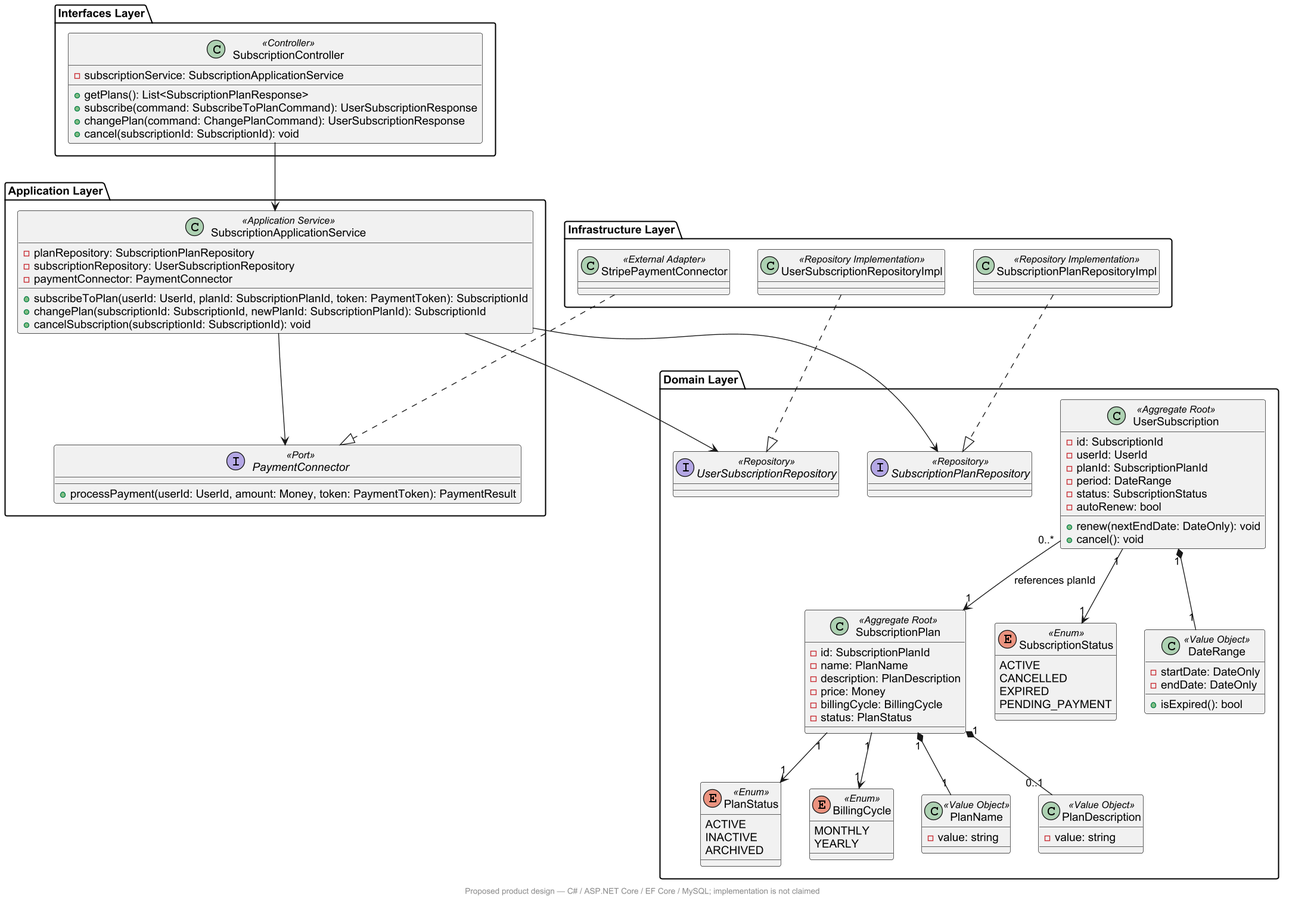
The PlantUML diagram assets/tb1-reference-design/class-diagram-subscription-bounded-context.png in upc-pre-202620-1asi0730-8093-dataflux/dataflux-project-report, before a commit. The source it was exported from:
```plantuml
@startuml
skinparam backgroundColor white
skinparam shadowing false
skinparam defaultFontName Arial
skinparam dpi 130
package "Interfaces Layer" {
  class SubscriptionController <<Controller>> {
    - subscriptionService: SubscriptionApplicationService
    + getPlans(): List<SubscriptionPlanResponse>
    + subscribe(command: SubscribeToPlanCommand): UserSubscriptionResponse
    + changePlan(command: ChangePlanCommand): UserSubscriptionResponse
    + cancel(subscriptionId: SubscriptionId): void
  }
}

package "Application Layer" {
  class SubscriptionApplicationService <<Application Service>> {
    - planRepository: SubscriptionPlanRepository
    - subscriptionRepository: UserSubscriptionRepository
    - paymentConnector: PaymentConnector
    + subscribeToPlan(userId: UserId, planId: SubscriptionPlanId, token: PaymentToken): SubscriptionId
    + changePlan(subscriptionId: SubscriptionId, newPlanId: SubscriptionPlanId): SubscriptionId
    + cancelSubscription(subscriptionId: SubscriptionId): void
  }

  interface PaymentConnector <<Port>> {
    + processPayment(userId: UserId, amount: Money, token: PaymentToken): PaymentResult
  }
}

package "Infrastructure Layer" {
  class SubscriptionPlanRepositoryImpl <<Repository Implementation>>
  class UserSubscriptionRepositoryImpl <<Repository Implementation>>
  class StripePaymentConnector <<External Adapter>>
}

package "Domain Layer" {
  class SubscriptionPlan <<Aggregate Root>> {
    - id: SubscriptionPlanId
    - name: PlanName
    - description: PlanDescription
    - price: Money
    - billingCycle: BillingCycle
    - status: PlanStatus
  }

  class UserSubscription <<Aggregate Root>> {
    - id: SubscriptionId
    - userId: UserId
    - planId: SubscriptionPlanId
    - period: DateRange
    - status: SubscriptionStatus
    - autoRenew: bool
    + renew(nextEndDate: DateOnly): void
    + cancel(): void
  }

  enum PlanStatus <<Enum>> {
    ACTIVE
    INACTIVE
    ARCHIVED
  }

  enum BillingCycle <<Enum>> {
    MONTHLY
    YEARLY
  }

  enum SubscriptionStatus <<Enum>> {
    ACTIVE
    CANCELLED
    EXPIRED
    PENDING_PAYMENT
  }

  class PlanName <<Value Object>> {
    - value: string
  }
  class PlanDescription <<Value Object>> {
    - value: string
  }
  class DateRange <<Value Object>> {
    - startDate: DateOnly
    - endDate: DateOnly
    + isExpired(): bool
  }

  interface SubscriptionPlanRepository <<Repository>>
  interface UserSubscriptionRepository <<Repository>>
}

SubscriptionController --> SubscriptionApplicationService
SubscriptionApplicationService --> SubscriptionPlanRepository
SubscriptionApplicationService --> UserSubscriptionRepository
SubscriptionApplicationService --> PaymentConnector

SubscriptionPlanRepositoryImpl ..|> SubscriptionPlanRepository
UserSubscriptionRepositoryImpl ..|> UserSubscriptionRepository
StripePaymentConnector ..|> PaymentConnector

SubscriptionPlan "1" --> "1" PlanStatus
SubscriptionPlan "1" --> "1" BillingCycle
SubscriptionPlan "1" *-- "1" PlanName
SubscriptionPlan "1" *-- "0..1" PlanDescription
UserSubscription "1" --> "1" SubscriptionStatus
UserSubscription "1" *-- "1" DateRange
UserSubscription "0..*" --> "1" SubscriptionPlan : references planId
footer Proposed product design — C# / ASP.NET Core / EF Core / MySQL; implementation is not claimed
@enduml
```
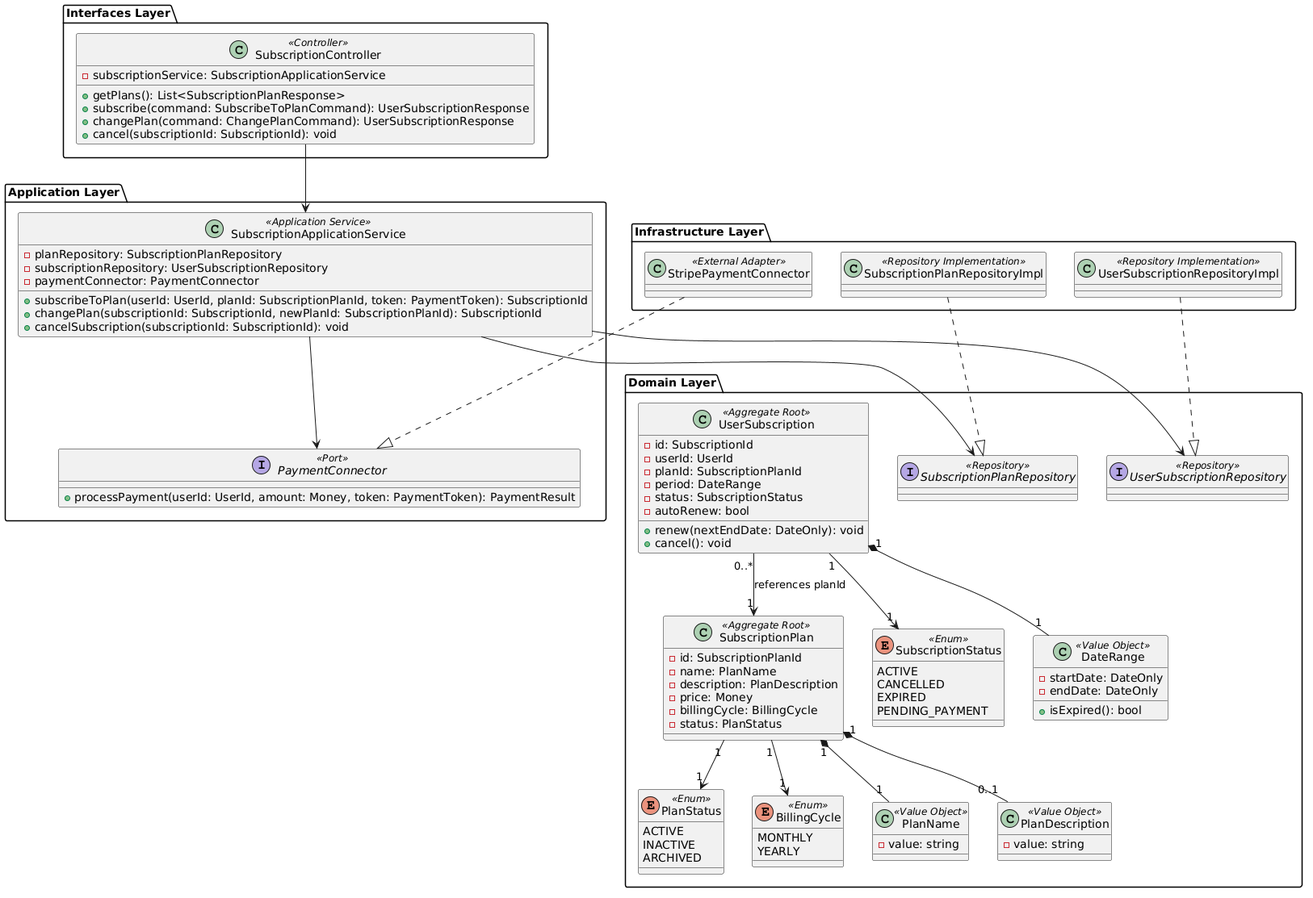
The same file after the commit.

Commit message:
fix(architecture): restore original class models with C# types

Diff of the diagram source:
```diff
@@ -1,8 +1,5 @@
 @startuml
-skinparam backgroundColor white
-skinparam shadowing false
-skinparam defaultFontName Arial
-skinparam dpi 130
+skinparam defaultFontName "DejaVu Sans"
 package "Interfaces Layer" {
   class SubscriptionController <<Controller>> {
     - subscriptionService: SubscriptionApplicationService
@@ -105,5 +102,10 @@
 UserSubscription "1" --> "1" SubscriptionStatus
 UserSubscription "1" *-- "1" DateRange
 UserSubscription "0..*" --> "1" SubscriptionPlan : references planId
-footer Proposed product design — C# / ASP.NET Core / EF Core / MySQL; implementation is not claimed
+
+SubscriptionApplicationService -right[hidden]-> StripePaymentConnector
+UserSubscription -right[hidden]-> SubscriptionPlanRepository
+SubscriptionPlanRepository -right[hidden]-> UserSubscriptionRepository
+StripePaymentConnector -right[hidden]-> SubscriptionPlanRepositoryImpl
+SubscriptionPlanRepositoryImpl -right[hidden]-> UserSubscriptionRepositoryImpl
 @enduml
```
